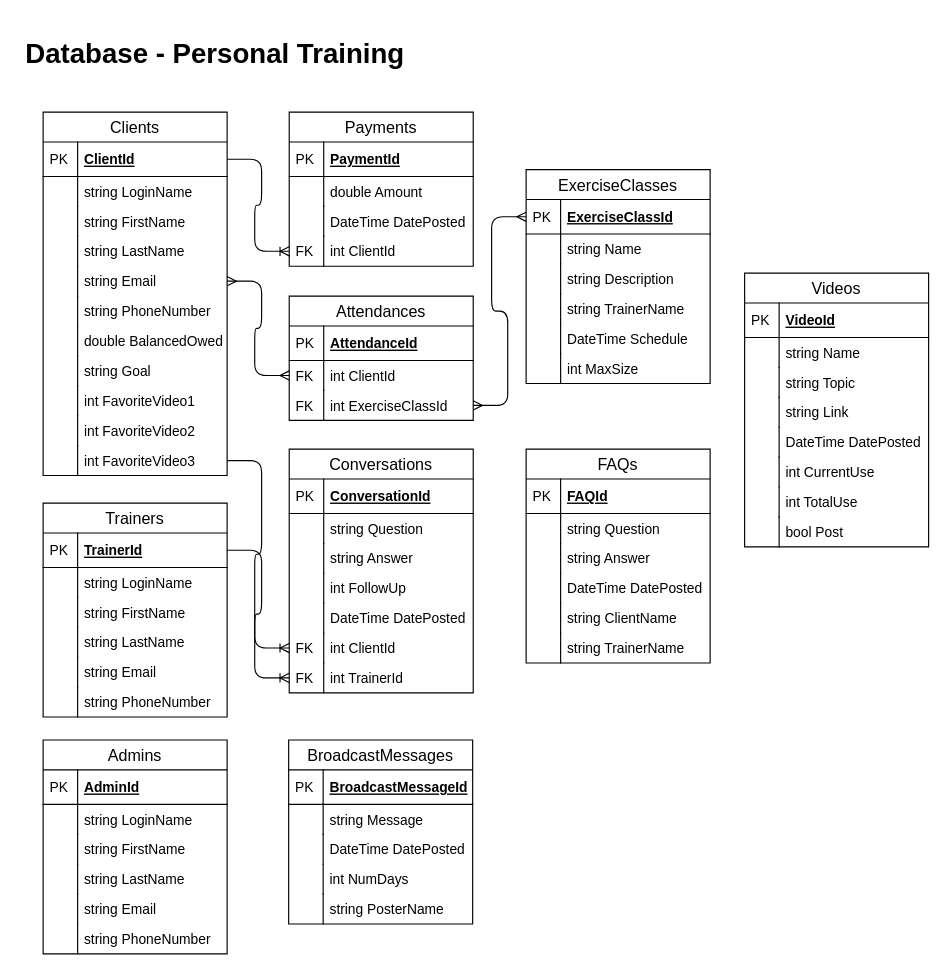
Above: page "Database" (2 of 3) of Documentation/EntityRelationshipDiagram.drawio in Randall-Gray/PersonalTraining (draw.io), before the change. Source tidied: cells renumbered, new cells numbered last; positions are measured from the earlier drawing's top-left corner, leaving out a move shared by most shapes. Both pictures are drawn from the tidied source at 115%, with x=0, y=0 at pixel (20, 31).
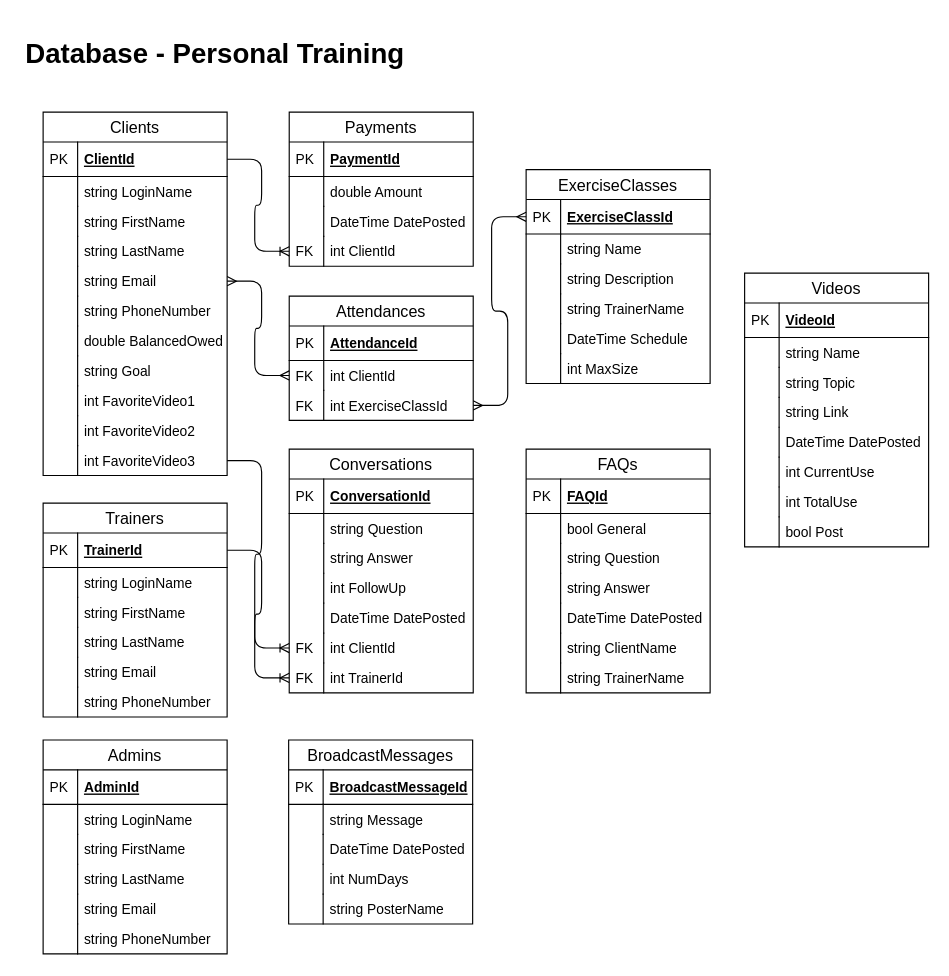
Above is the later version.

What changed in the source:
```diff
@@
     <mxCell id="124" value="FAQs" style="swimlane;fontStyle=0;horizontal=1;startSize=26;align=center;fontSize=14;" parent="1" vertex="1">
-      <mxGeometry x="440" y="363" width="160" height="186" as="geometry" />
+      <mxGeometry x="440" y="363" width="160" height="212" as="geometry" />
     </mxCell>
@@
+    <mxCell id="142" value="bool General" style="shape=partialRectangle;top=0;left=0;right=0;bottom=0;align=left;verticalAlign=top;fillColor=none;spacingLeft=34;spacingRight=4;overflow=hidden;fontSize=12;" parent="124" vertex="1">
+      <mxGeometry y="56" width="160" height="26" as="geometry" />
+    </mxCell>
+    <mxCell id="143" style="shape=partialRectangle;top=0;left=0;bottom=0;fillColor=none;align=left;verticalAlign=top;spacingLeft=4;spacingRight=4;overflow=hidden;fontSize=12;" parent="142" vertex="1">
+      <mxGeometry width="30" height="26" as="geometry" />
+    </mxCell>
     <mxCell id="127" value="string Question" style="shape=partialRectangle;top=0;left=0;right=0;bottom=0;align=left;verticalAlign=top;fillColor=none;spacingLeft=34;spacingRight=4;overflow=hidden;fontSize=12;" parent="124" vertex="1">
-      <mxGeometry y="56" width="160" height="26" as="geometry" />
+      <mxGeometry y="82" width="160" height="26" as="geometry" />
     </mxCell>
@@
     <mxCell id="129" value="string Answer" style="shape=partialRectangle;top=0;left=0;right=0;bottom=0;align=left;verticalAlign=top;fillColor=none;spacingLeft=34;spacingRight=4;overflow=hidden;fontSize=12;" parent="124" vertex="1">
-      <mxGeometry y="82" width="160" height="26" as="geometry" />
+      <mxGeometry y="108" width="160" height="26" as="geometry" />
     </mxCell>
@@
     <mxCell id="131" value="DateTime DatePosted" style="shape=partialRectangle;top=0;left=0;right=0;bottom=0;align=left;verticalAlign=top;fillColor=none;spacingLeft=34;spacingRight=4;overflow=hidden;fontSize=12;" parent="124" vertex="1">
-      <mxGeometry y="108" width="160" height="26" as="geometry" />
+      <mxGeometry y="134" width="160" height="26" as="geometry" />
     </mxCell>
@@
     <mxCell id="133" value="string ClientName" style="shape=partialRectangle;top=0;left=0;right=0;bottom=0;align=left;verticalAlign=top;fillColor=none;spacingLeft=34;spacingRight=4;overflow=hidden;fontSize=12;" parent="124" vertex="1">
-      <mxGeometry y="134" width="160" height="26" as="geometry" />
+      <mxGeometry y="160" width="160" height="26" as="geometry" />
     </mxCell>
@@
     <mxCell id="135" value="string TrainerName" style="shape=partialRectangle;top=0;left=0;right=0;bottom=0;align=left;verticalAlign=top;fillColor=none;spacingLeft=34;spacingRight=4;overflow=hidden;fontSize=12;" parent="124" vertex="1">
-      <mxGeometry y="160" width="160" height="26" as="geometry" />
+      <mxGeometry y="186" width="160" height="26" as="geometry" />
     </mxCell>
```
